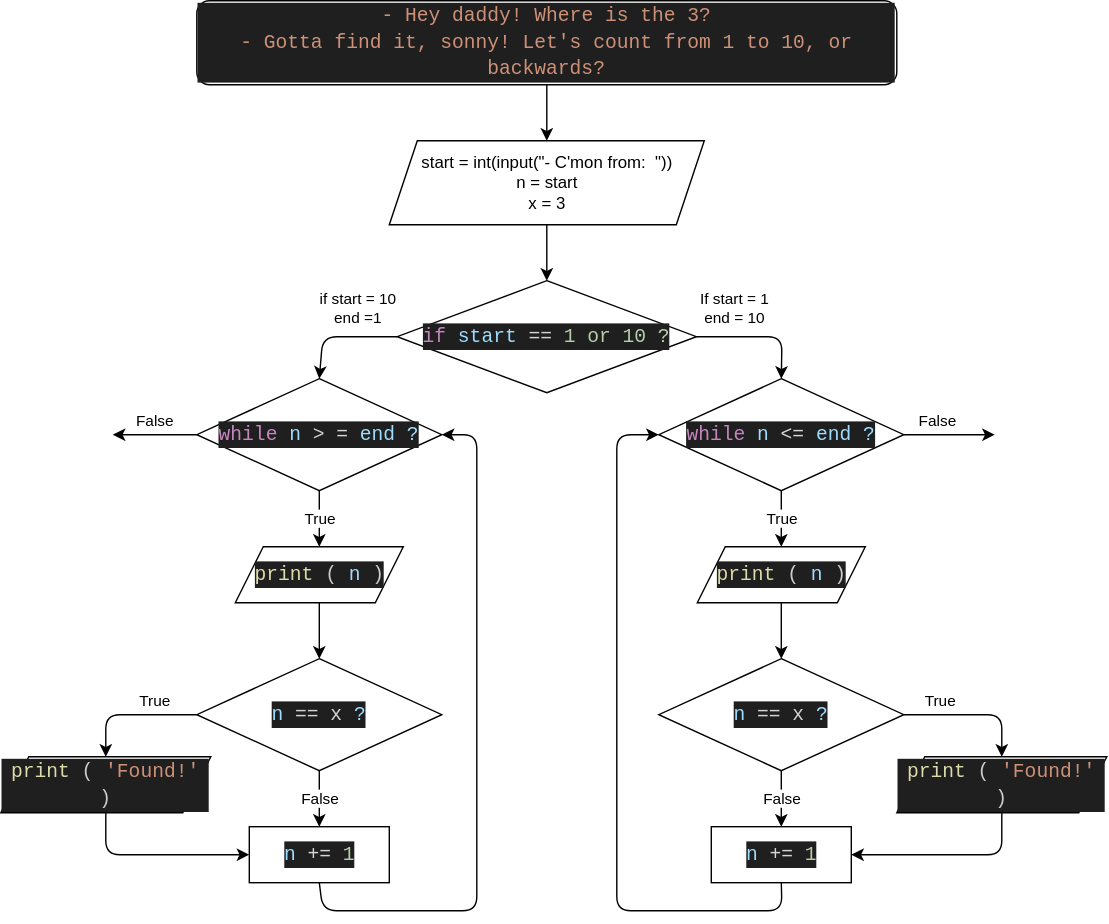
Before: L8-LW5-HW-counter.diagram.drawio.svg, a diagram exported from draw.io (Iiksvokuj/flow-controll). Source tidied: cells renumbered, new cells last; positions are measured from the earlier drawing's top-left corner, leaving out a move shared by most shapes.
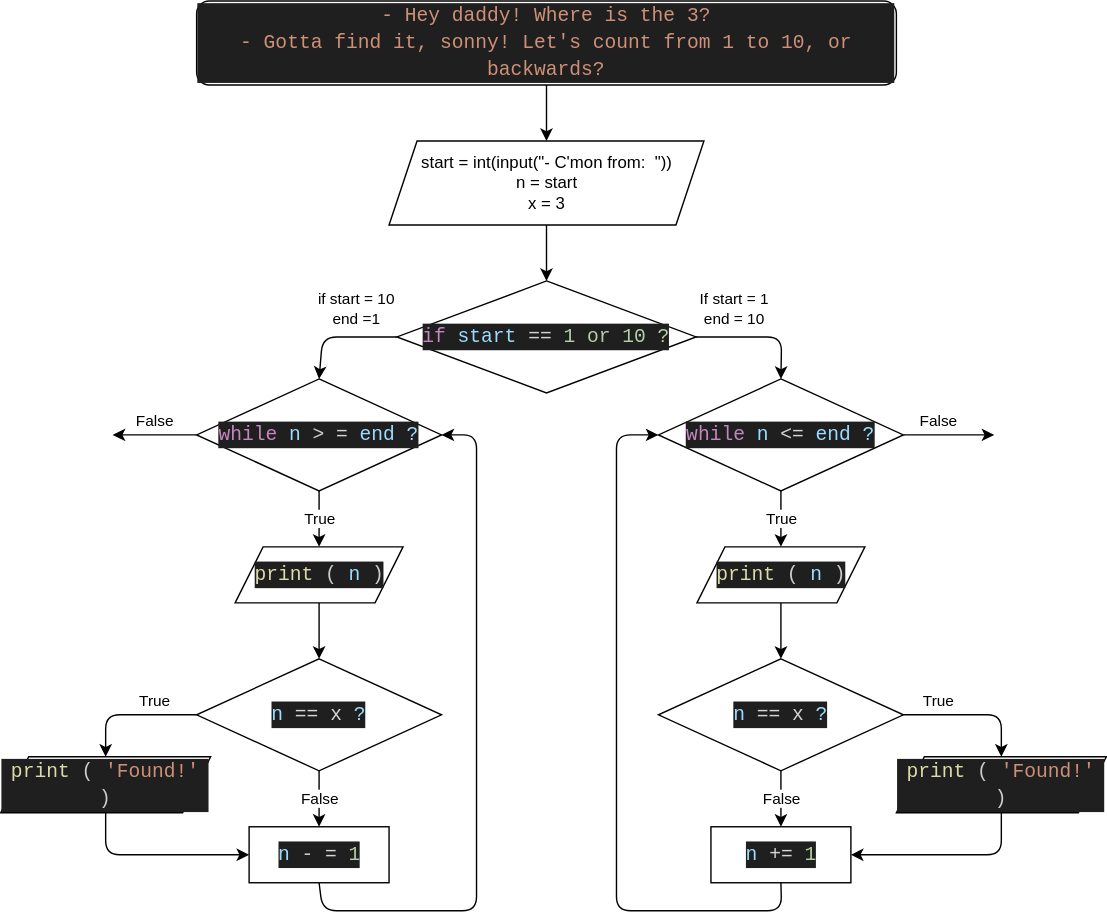
After the commit.

Commit message:
homework from video 5: modified

Diff of the diagram source:
```diff
@@ -109,7 +109,7 @@
         </Array>
       </mxGeometry>
     </mxCell>
-    <mxCell id="27" value="&lt;div style=&quot;color: rgb(204, 204, 204); background-color: rgb(31, 31, 31); font-family: Consolas, &amp;quot;Courier New&amp;quot;, monospace; font-size: 14px; line-height: 19px;&quot;&gt;&lt;span style=&quot;color: #9cdcfe;&quot;&gt;n&lt;/span&gt; &lt;span style=&quot;color: #d4d4d4;&quot;&gt;+=&lt;/span&gt; &lt;span style=&quot;color: #b5cea8;&quot;&gt;1&lt;/span&gt;&lt;/div&gt;" style="rounded=0;whiteSpace=wrap;html=1;" parent="1" vertex="1">
+    <mxCell id="27" value="&lt;div style=&quot;color: rgb(204, 204, 204); background-color: rgb(31, 31, 31); font-family: Consolas, &amp;quot;Courier New&amp;quot;, monospace; font-size: 14px; line-height: 19px;&quot;&gt;&lt;span style=&quot;color: #9cdcfe;&quot;&gt;n&lt;/span&gt;&amp;nbsp;-&lt;span style=&quot;color: #d4d4d4;&quot;&gt;=&lt;/span&gt; &lt;span style=&quot;color: #b5cea8;&quot;&gt;1&lt;/span&gt;&lt;/div&gt;" style="rounded=0;whiteSpace=wrap;html=1;" parent="1" vertex="1">
       <mxGeometry x="177.5" y="590" width="100" height="40" as="geometry" />
     </mxCell>
     <mxCell id="28" value="False" style="edgeStyle=none;html=1;entryX=0.5;entryY=0;entryDx=0;entryDy=0;" parent="1" edge="1" source="30" target="27">
```
